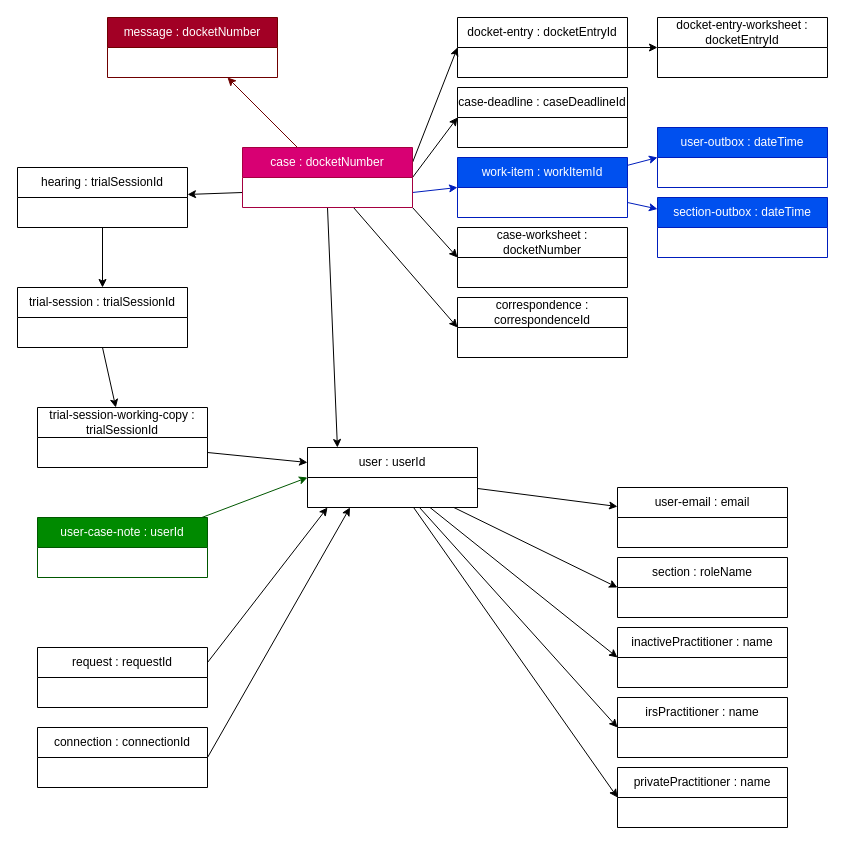
Above: docs/postgres/dynamo-db-entities.drawio in ustaxcourt/ef-cms (draw.io), before the change. Source tidied: cells renumbered, new cells numbered last; positions are measured from the earlier drawing's top-left corner, leaving out a move shared by most shapes. Both pictures are drawn from the tidied source at 100%, with x=0, y=0 at pixel (17, 17).
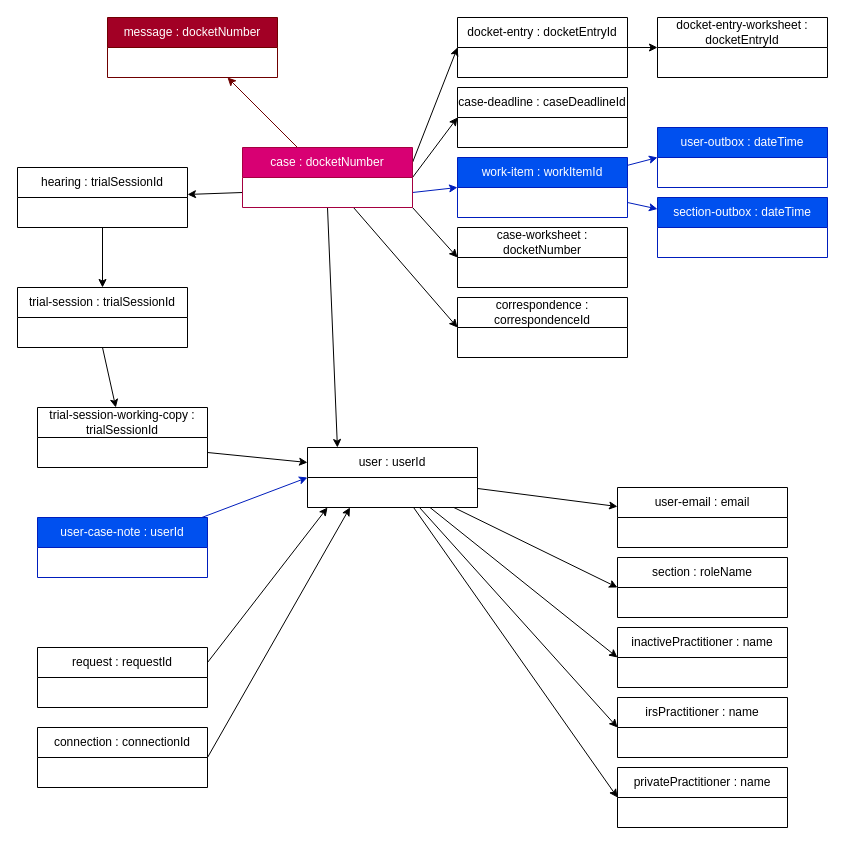
After the change.

The change refers to these unchanged cells:
```xml
<mxCell id="21" value="user : userId" style="swimlane;fontStyle=0;horizontal=1;startSize=30;whiteSpace=wrap;html=1;" parent="1" vertex="1">
  <mxGeometry x="290" y="430" width="170" height="60" as="geometry" />
</mxCell>
```

Change to the diagram source:
```diff
@@
-    <mxCell id="35" style="edgeStyle=none;html=1;entryX=0;entryY=0.5;entryDx=0;entryDy=0;fillColor=#008a00;strokeColor=#005700;" parent="1" edge="1" source="36" target="21">
+    <mxCell id="35" style="edgeStyle=none;html=1;entryX=0;entryY=0.5;entryDx=0;entryDy=0;fillColor=#0050ef;strokeColor=#001DBC;" parent="1" edge="1" source="36" target="21">
       <mxGeometry relative="1" as="geometry" />
     </mxCell>
-    <mxCell id="36" value="user-case-note : userId" style="swimlane;fontStyle=0;horizontal=1;startSize=30;whiteSpace=wrap;html=1;fillColor=#008a00;fontColor=#ffffff;strokeColor=#005700;" parent="1" vertex="1">
+    <mxCell id="36" value="user-case-note : userId" style="swimlane;fontStyle=0;horizontal=1;startSize=30;whiteSpace=wrap;html=1;fillColor=#0050ef;fontColor=#ffffff;strokeColor=#001DBC;" parent="1" vertex="1">
       <mxGeometry x="20" y="500" width="170" height="60" as="geometry" />
     </mxCell>
```
